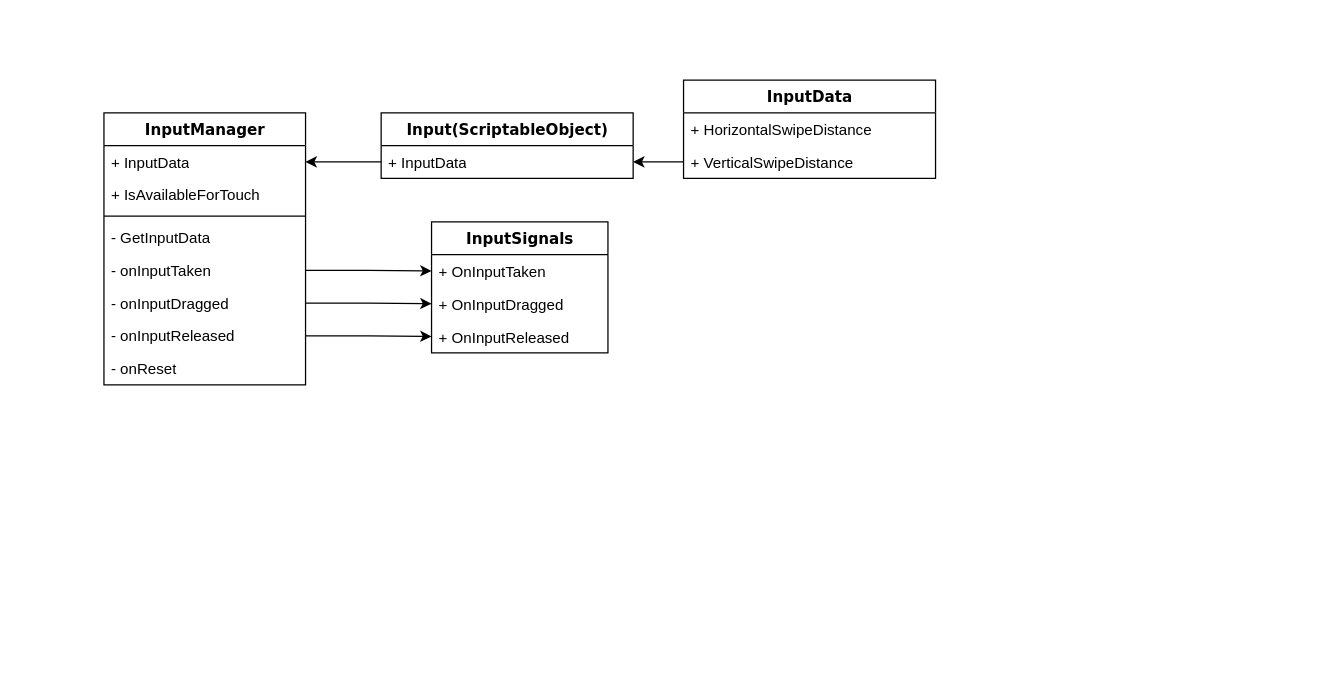
Above: AgaveMatch3.drawio in dilerb/AgaveMatch3 (draw.io), before the change. Source tidied: cells renumbered, new cells numbered last; positions are measured from the earlier drawing's top-left corner, leaving out a move shared by most shapes. Both pictures are drawn from the tidied source at 126%, with x=0, y=0 at pixel (103, 79).
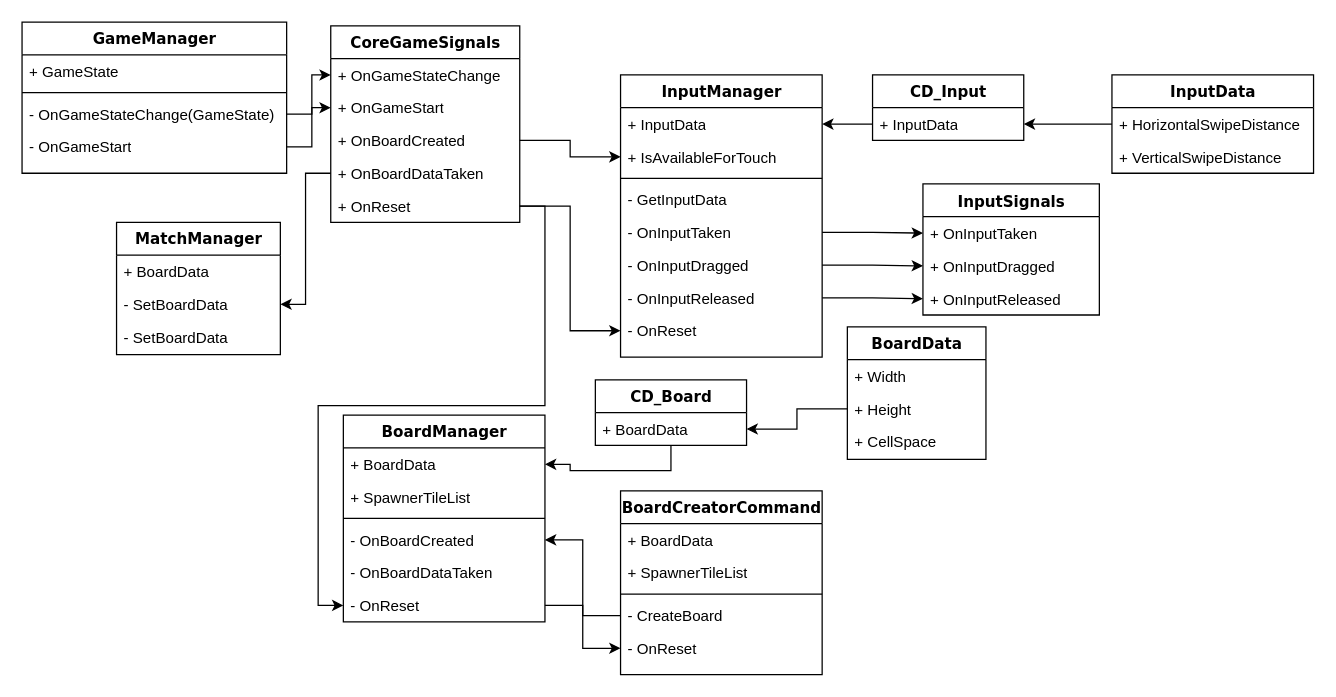
The same page after the edit.

Unchanged cells that the change refers to:
```xml
<mxCell id="4" value="+ IsAvailableForTouch" style="text;html=1;strokeColor=none;fillColor=none;align=left;verticalAlign=top;spacingLeft=4;spacingRight=4;whiteSpace=wrap;overflow=hidden;points=[[0,0.5],[1,0.5]];portConstraint=eastwest;" parent="2" vertex="1">
  <mxGeometry y="52" width="160" height="26" as="geometry" />
</mxCell>
```

Change to the diagram source:
```diff
@@
     <mxCell id="2" value="InputManager" style="swimlane;html=1;fontStyle=1;align=center;verticalAlign=top;horizontal=1;startSize=26;swimlaneFillColor=#ffffff;rounded=0;shadow=0;comic=0;labelBackgroundColor=none;strokeWidth=1;fillColor=none;fontFamily=Verdana;fontSize=12;" parent="1" vertex="1">
-      <mxGeometry y="26" width="160" height="216" as="geometry" />
+      <mxGeometry x="410" y="-4" width="160" height="224" as="geometry" />
     </mxCell>
@@
-    <mxCell id="7" value="- onInputTaken" style="text;html=1;strokeColor=none;fillColor=none;align=left;verticalAlign=top;spacingLeft=4;spacingRight=4;whiteSpace=wrap;overflow=hidden;points=[[0,0.5],[1,0.5]];portConstraint=eastwest;" parent="2" vertex="1">
+    <mxCell id="7" value="- OnInputTaken" style="text;html=1;strokeColor=none;fillColor=none;align=left;verticalAlign=top;spacingLeft=4;spacingRight=4;whiteSpace=wrap;overflow=hidden;points=[[0,0.5],[1,0.5]];portConstraint=eastwest;" parent="2" vertex="1">
       <mxGeometry y="112" width="160" height="26" as="geometry" />
     </mxCell>
-    <mxCell id="8" value="- onInputDragged" style="text;html=1;strokeColor=none;fillColor=none;align=left;verticalAlign=top;spacingLeft=4;spacingRight=4;whiteSpace=wrap;overflow=hidden;points=[[0,0.5],[1,0.5]];portConstraint=eastwest;" parent="2" vertex="1">
+    <mxCell id="8" value="- OnInputDragged" style="text;html=1;strokeColor=none;fillColor=none;align=left;verticalAlign=top;spacingLeft=4;spacingRight=4;whiteSpace=wrap;overflow=hidden;points=[[0,0.5],[1,0.5]];portConstraint=eastwest;" parent="2" vertex="1">
       <mxGeometry y="138" width="160" height="26" as="geometry" />
     </mxCell>
-    <mxCell id="9" value="- onInputReleased" style="text;html=1;strokeColor=none;fillColor=none;align=left;verticalAlign=top;spacingLeft=4;spacingRight=4;whiteSpace=wrap;overflow=hidden;points=[[0,0.5],[1,0.5]];portConstraint=eastwest;" parent="2" vertex="1">
+    <mxCell id="9" value="- OnInputReleased" style="text;html=1;strokeColor=none;fillColor=none;align=left;verticalAlign=top;spacingLeft=4;spacingRight=4;whiteSpace=wrap;overflow=hidden;points=[[0,0.5],[1,0.5]];portConstraint=eastwest;" parent="2" vertex="1">
       <mxGeometry y="164" width="160" height="26" as="geometry" />
     </mxCell>
-    <mxCell id="10" value="- onReset" style="text;html=1;strokeColor=none;fillColor=none;align=left;verticalAlign=top;spacingLeft=4;spacingRight=4;whiteSpace=wrap;overflow=hidden;points=[[0,0.5],[1,0.5]];portConstraint=eastwest;" parent="2" vertex="1">
+    <mxCell id="10" value="- OnReset" style="text;html=1;strokeColor=none;fillColor=none;align=left;verticalAlign=top;spacingLeft=4;spacingRight=4;whiteSpace=wrap;overflow=hidden;points=[[0,0.5],[1,0.5]];portConstraint=eastwest;" parent="2" vertex="1">
       <mxGeometry y="190" width="160" height="26" as="geometry" />
     </mxCell>
     <mxCell id="11" value="InputSignals" style="swimlane;html=1;fontStyle=1;align=center;verticalAlign=top;horizontal=1;startSize=26;swimlaneFillColor=#ffffff;rounded=0;shadow=0;comic=0;labelBackgroundColor=none;strokeWidth=1;fillColor=none;fontFamily=Verdana;fontSize=12;" parent="1" vertex="1">
-      <mxGeometry x="260" y="112.5" width="140" height="104" as="geometry" />
+      <mxGeometry x="650" y="82.5" width="140" height="104" as="geometry" />
     </mxCell>
@@
-    <mxCell id="18" value="Input(ScriptableObject)" style="swimlane;html=1;fontStyle=1;align=center;verticalAlign=top;horizontal=1;startSize=26;swimlaneFillColor=#ffffff;rounded=0;shadow=0;comic=0;labelBackgroundColor=none;strokeWidth=1;fillColor=none;fontFamily=Verdana;fontSize=12;" parent="1" vertex="1">
-      <mxGeometry x="220" y="26" width="200" height="52" as="geometry" />
+    <mxCell id="18" value="CD_Input" style="swimlane;html=1;fontStyle=1;align=center;verticalAlign=top;horizontal=1;startSize=26;swimlaneFillColor=#ffffff;rounded=0;shadow=0;comic=0;labelBackgroundColor=none;strokeWidth=1;fillColor=none;fontFamily=Verdana;fontSize=12;" parent="1" vertex="1">
+      <mxGeometry x="610" y="-4" width="120" height="52" as="geometry" />
     </mxCell>
     <mxCell id="19" value="+ InputData" style="text;html=1;strokeColor=none;fillColor=none;align=left;verticalAlign=top;spacingLeft=4;spacingRight=4;whiteSpace=wrap;overflow=hidden;points=[[0,0.5],[1,0.5]];portConstraint=eastwest;" parent="18" vertex="1">
-      <mxGeometry y="26" width="200" height="26" as="geometry" />
+      <mxGeometry y="26" width="120" height="26" as="geometry" />
     </mxCell>
     <mxCell id="20" value="InputData" style="swimlane;html=1;fontStyle=1;align=center;verticalAlign=top;horizontal=1;startSize=26;swimlaneFillColor=#ffffff;rounded=0;shadow=0;comic=0;labelBackgroundColor=none;strokeWidth=1;fillColor=none;fontFamily=Verdana;fontSize=12;" parent="1" vertex="1">
-      <mxGeometry x="460" width="200" height="78" as="geometry" />
+      <mxGeometry x="800" y="-4" width="160" height="78" as="geometry" />
     </mxCell>
     <mxCell id="21" value="+ HorizontalSwipeDistance" style="text;html=1;strokeColor=none;fillColor=none;align=left;verticalAlign=top;spacingLeft=4;spacingRight=4;whiteSpace=wrap;overflow=hidden;points=[[0,0.5],[1,0.5]];portConstraint=eastwest;" parent="20" vertex="1">
-      <mxGeometry y="26" width="200" height="26" as="geometry" />
+      <mxGeometry y="26" width="160" height="26" as="geometry" />
     </mxCell>
     <mxCell id="22" value="+ VerticalSwipeDistance" style="text;html=1;strokeColor=none;fillColor=none;align=left;verticalAlign=top;spacingLeft=4;spacingRight=4;whiteSpace=wrap;overflow=hidden;points=[[0,0.5],[1,0.5]];portConstraint=eastwest;" parent="20" vertex="1">
-      <mxGeometry y="52" width="200" height="26" as="geometry" />
+      <mxGeometry y="52" width="160" height="26" as="geometry" />
     </mxCell>
@@
-    <mxCell id="24" style="edgeStyle=orthogonalEdgeStyle;rounded=0;jettySize=auto;html=1;exitX=0;exitY=0.5;exitDx=0;exitDy=0;entryX=1;entryY=0.5;entryDx=0;entryDy=0;" parent="1" edge="1" source="22" target="19">
-      <mxGeometry relative="1" as="geometry" />
-    </mxCell>
+    <mxCell id="25" style="edgeStyle=orthogonalEdgeStyle;rounded=0;jettySize=auto;html=1;entryX=1;entryY=0.5;entryDx=0;entryDy=0;" parent="1" edge="1" source="21" target="19">
+      <mxGeometry relative="1" as="geometry" />
+    </mxCell>
+    <mxCell id="26" value="BoardCreatorCommand" style="swimlane;html=1;fontStyle=1;align=center;verticalAlign=top;horizontal=1;startSize=26;swimlaneFillColor=#ffffff;rounded=0;shadow=0;comic=0;labelBackgroundColor=none;strokeWidth=1;fillColor=none;fontFamily=Verdana;fontSize=12;" parent="1" vertex="1">
+      <mxGeometry x="410" y="326" width="160" height="146" as="geometry" />
+    </mxCell>
+    <mxCell id="27" value="+ BoardData" style="text;html=1;strokeColor=none;fillColor=none;align=left;verticalAlign=top;spacingLeft=4;spacingRight=4;whiteSpace=wrap;overflow=hidden;" parent="26" vertex="1">
+      <mxGeometry y="26" width="160" height="26" as="geometry" />
+    </mxCell>
+    <mxCell id="28" value="+ SpawnerTileList" style="text;html=1;strokeColor=none;fillColor=none;align=left;verticalAlign=top;spacingLeft=4;spacingRight=4;whiteSpace=wrap;overflow=hidden;" parent="26" vertex="1">
+      <mxGeometry y="52" width="160" height="26" as="geometry" />
+    </mxCell>
+    <mxCell id="29" style="line;html=1;strokeWidth=1;fillColor=none;align=left;verticalAlign=middle;spacingTop=-1;spacingLeft=3;spacingRight=3;labelPosition=right;" parent="26" vertex="1">
+      <mxGeometry y="78" width="160" height="8" as="geometry" />
+    </mxCell>
+    <mxCell id="30" value="- CreateBoard" style="text;html=1;strokeColor=none;fillColor=none;align=left;verticalAlign=top;spacingLeft=4;spacingRight=4;whiteSpace=wrap;overflow=hidden;points=[[0,0.5],[1,0.5]];portConstraint=eastwest;" parent="26" vertex="1">
+      <mxGeometry y="86" width="160" height="26" as="geometry" />
+    </mxCell>
+    <mxCell id="31" value="- OnReset" style="text;html=1;strokeColor=none;fillColor=none;align=left;verticalAlign=top;spacingLeft=4;spacingRight=4;whiteSpace=wrap;overflow=hidden;points=[[0,0.5],[1,0.5]];portConstraint=eastwest;" parent="26" vertex="1">
+      <mxGeometry y="112" width="160" height="26" as="geometry" />
+    </mxCell>
+    <mxCell id="32" style="edgeStyle=orthogonalEdgeStyle;rounded=0;jettySize=auto;html=1;" parent="1" edge="1" source="33" target="55">
+      <mxGeometry relative="1" as="geometry" />
+    </mxCell>
+    <mxCell id="33" value="CD_Board" style="swimlane;html=1;fontStyle=1;align=center;verticalAlign=top;horizontal=1;startSize=26;swimlaneFillColor=#ffffff;rounded=0;shadow=0;comic=0;labelBackgroundColor=none;strokeWidth=1;fillColor=none;fontFamily=Verdana;fontSize=12;" parent="1" vertex="1">
+      <mxGeometry x="390" y="238" width="120" height="52" as="geometry" />
+    </mxCell>
+    <mxCell id="34" value="+ BoardData" style="text;html=1;strokeColor=none;fillColor=none;align=left;verticalAlign=top;spacingLeft=4;spacingRight=4;whiteSpace=wrap;overflow=hidden;points=[[0,0.5],[1,0.5]];portConstraint=eastwest;" parent="33" vertex="1">
+      <mxGeometry y="26" width="120" height="26" as="geometry" />
+    </mxCell>
+    <mxCell id="35" value="BoardData" style="swimlane;html=1;fontStyle=1;align=center;verticalAlign=top;horizontal=1;startSize=26;swimlaneFillColor=#ffffff;rounded=0;shadow=0;comic=0;labelBackgroundColor=none;strokeWidth=1;fillColor=none;fontFamily=Verdana;fontSize=12;" parent="1" vertex="1">
+      <mxGeometry x="590" y="196" width="110" height="105" as="geometry" />
+    </mxCell>
+    <mxCell id="36" value="+ Width" style="text;html=1;strokeColor=none;fillColor=none;align=left;verticalAlign=top;spacingLeft=4;spacingRight=4;whiteSpace=wrap;overflow=hidden;" parent="35" vertex="1">
+      <mxGeometry y="26" width="110" height="26" as="geometry" />
+    </mxCell>
+    <mxCell id="37" value="+ Height" style="text;html=1;strokeColor=none;fillColor=none;align=left;verticalAlign=top;spacingLeft=4;spacingRight=4;whiteSpace=wrap;overflow=hidden;points=[[0,0.5],[1,0.5]];portConstraint=eastwest;" parent="35" vertex="1">
+      <mxGeometry y="52" width="110" height="26" as="geometry" />
+    </mxCell>
+    <mxCell id="38" value="+ CellSpace" style="text;html=1;strokeColor=none;fillColor=none;align=left;verticalAlign=top;spacingLeft=4;spacingRight=4;whiteSpace=wrap;overflow=hidden;" parent="35" vertex="1">
+      <mxGeometry y="78" width="110" height="26" as="geometry" />
+    </mxCell>
+    <mxCell id="39" style="edgeStyle=orthogonalEdgeStyle;rounded=0;jettySize=auto;html=1;" parent="1" edge="1" source="37" target="34">
+      <mxGeometry relative="1" as="geometry" />
+    </mxCell>
+    <mxCell id="40" value="GameManager" style="swimlane;html=1;fontStyle=1;align=center;verticalAlign=top;horizontal=1;startSize=26;swimlaneFillColor=#ffffff;rounded=0;shadow=0;comic=0;labelBackgroundColor=none;strokeWidth=1;fillColor=none;fontFamily=Verdana;fontSize=12;" parent="1" vertex="1">
+      <mxGeometry x="-65" y="-46" width="210" height="120" as="geometry" />
+    </mxCell>
+    <mxCell id="41" value="+ GameState" style="text;html=1;strokeColor=none;fillColor=none;align=left;verticalAlign=top;spacingLeft=4;spacingRight=4;whiteSpace=wrap;overflow=hidden;" parent="40" vertex="1">
+      <mxGeometry y="26" width="210" height="26" as="geometry" />
+    </mxCell>
+    <mxCell id="42" style="line;html=1;strokeWidth=1;fillColor=none;align=left;verticalAlign=middle;spacingTop=-1;spacingLeft=3;spacingRight=3;labelPosition=right;" parent="40" vertex="1">
+      <mxGeometry y="52" width="210" height="8" as="geometry" />
+    </mxCell>
+    <mxCell id="43" value="- OnGameStateChange(GameState)" style="text;html=1;strokeColor=none;fillColor=none;align=left;verticalAlign=top;spacingLeft=4;spacingRight=4;whiteSpace=wrap;overflow=hidden;points=[[0,0.5],[1,0.5]];portConstraint=eastwest;" parent="40" vertex="1">
+      <mxGeometry y="60" width="210" height="26" as="geometry" />
+    </mxCell>
+    <mxCell id="44" value="- OnGameStart" style="text;html=1;strokeColor=none;fillColor=none;align=left;verticalAlign=top;spacingLeft=4;spacingRight=4;whiteSpace=wrap;overflow=hidden;points=[[0,0.5],[1,0.5]];portConstraint=eastwest;" parent="40" vertex="1">
+      <mxGeometry y="86" width="210" height="26" as="geometry" />
+    </mxCell>
+    <mxCell id="45" value="CoreGameSignals" style="swimlane;html=1;fontStyle=1;align=center;verticalAlign=top;horizontal=1;startSize=26;swimlaneFillColor=#ffffff;rounded=0;shadow=0;comic=0;labelBackgroundColor=none;strokeWidth=1;fillColor=none;fontFamily=Verdana;fontSize=12;" parent="1" vertex="1">
+      <mxGeometry x="180" y="-43" width="150" height="156" as="geometry" />
+    </mxCell>
+    <mxCell id="46" value="+ OnGameStateChange" style="text;html=1;strokeColor=none;fillColor=none;align=left;verticalAlign=top;spacingLeft=4;spacingRight=4;whiteSpace=wrap;overflow=hidden;points=[[0,0.5],[1,0.5]];portConstraint=eastwest;" parent="45" vertex="1">
+      <mxGeometry y="26" width="150" height="26" as="geometry" />
+    </mxCell>
+    <mxCell id="47" value="+ OnGameStart" style="text;html=1;strokeColor=none;fillColor=none;align=left;verticalAlign=top;spacingLeft=4;spacingRight=4;whiteSpace=wrap;overflow=hidden;points=[[0,0.5],[1,0.5]];portConstraint=eastwest;" parent="45" vertex="1">
+      <mxGeometry y="52" width="150" height="26" as="geometry" />
+    </mxCell>
+    <mxCell id="48" value="+ OnBoardCreated" style="text;html=1;strokeColor=none;fillColor=none;align=left;verticalAlign=top;spacingLeft=4;spacingRight=4;whiteSpace=wrap;overflow=hidden;points=[[0,0.5],[1,0.5]];portConstraint=eastwest;" parent="45" vertex="1">
+      <mxGeometry y="78" width="150" height="26" as="geometry" />
+    </mxCell>
+    <mxCell id="49" value="+ OnBoardDataTaken" style="text;html=1;strokeColor=none;fillColor=none;align=left;verticalAlign=top;spacingLeft=4;spacingRight=4;whiteSpace=wrap;overflow=hidden;points=[[0,0.5],[1,0.5]];portConstraint=eastwest;" parent="45" vertex="1">
+      <mxGeometry y="104" width="150" height="26" as="geometry" />
+    </mxCell>
+    <mxCell id="50" value="+ OnReset" style="text;html=1;strokeColor=none;fillColor=none;align=left;verticalAlign=top;spacingLeft=4;spacingRight=4;whiteSpace=wrap;overflow=hidden;points=[[0,0.5],[1,0.5]];portConstraint=eastwest;" parent="45" vertex="1">
+      <mxGeometry y="130" width="150" height="26" as="geometry" />
+    </mxCell>
+    <mxCell id="51" style="edgeStyle=orthogonalEdgeStyle;rounded=0;jettySize=auto;html=1;" parent="1" edge="1" source="50" target="10">
+      <mxGeometry relative="1" as="geometry" />
+    </mxCell>
+    <mxCell id="52" style="edgeStyle=orthogonalEdgeStyle;rounded=0;jettySize=auto;html=1;" parent="1" edge="1" source="43" target="46">
+      <mxGeometry relative="1" as="geometry" />
+    </mxCell>
+    <mxCell id="53" style="edgeStyle=orthogonalEdgeStyle;rounded=0;jettySize=auto;html=1;" parent="1" edge="1" source="44" target="47">
+      <mxGeometry relative="1" as="geometry" />
+    </mxCell>
+    <mxCell id="54" value="BoardManager" style="swimlane;html=1;fontStyle=1;align=center;verticalAlign=top;horizontal=1;startSize=26;swimlaneFillColor=#ffffff;rounded=0;shadow=0;comic=0;labelBackgroundColor=none;strokeWidth=1;fillColor=none;fontFamily=Verdana;fontSize=12;" parent="1" vertex="1">
+      <mxGeometry x="190" y="266" width="160" height="164" as="geometry" />
+    </mxCell>
+    <mxCell id="55" value="+ BoardData" style="text;html=1;strokeColor=none;fillColor=none;align=left;verticalAlign=top;spacingLeft=4;spacingRight=4;whiteSpace=wrap;overflow=hidden;points=[[0,0.5],[1,0.5]];portConstraint=eastwest;" parent="54" vertex="1">
+      <mxGeometry y="26" width="160" height="26" as="geometry" />
+    </mxCell>
+    <mxCell id="56" value="+ SpawnerTileList" style="text;html=1;strokeColor=none;fillColor=none;align=left;verticalAlign=top;spacingLeft=4;spacingRight=4;whiteSpace=wrap;overflow=hidden;" parent="54" vertex="1">
+      <mxGeometry y="52" width="160" height="26" as="geometry" />
+    </mxCell>
+    <mxCell id="57" style="line;html=1;strokeWidth=1;fillColor=none;align=left;verticalAlign=middle;spacingTop=-1;spacingLeft=3;spacingRight=3;labelPosition=right;" parent="54" vertex="1">
+      <mxGeometry y="78" width="160" height="8" as="geometry" />
+    </mxCell>
+    <mxCell id="58" value="- OnBoardCreated" style="text;html=1;strokeColor=none;fillColor=none;align=left;verticalAlign=top;spacingLeft=4;spacingRight=4;whiteSpace=wrap;overflow=hidden;points=[[0,0.5],[1,0.5]];portConstraint=eastwest;" parent="54" vertex="1">
+      <mxGeometry y="86" width="160" height="26" as="geometry" />
+    </mxCell>
+    <mxCell id="59" value="- OnBoardDataTaken" style="text;html=1;strokeColor=none;fillColor=none;align=left;verticalAlign=top;spacingLeft=4;spacingRight=4;whiteSpace=wrap;overflow=hidden;" parent="54" vertex="1">
+      <mxGeometry y="112" width="160" height="26" as="geometry" />
+    </mxCell>
+    <mxCell id="60" value="- OnReset" style="text;html=1;strokeColor=none;fillColor=none;align=left;verticalAlign=top;spacingLeft=4;spacingRight=4;whiteSpace=wrap;overflow=hidden;points=[[0,0.5],[1,0.5]];portConstraint=eastwest;" parent="54" vertex="1">
+      <mxGeometry y="138" width="160" height="26" as="geometry" />
+    </mxCell>
+    <mxCell id="61" style="edgeStyle=orthogonalEdgeStyle;rounded=0;jettySize=auto;html=1;" parent="1" edge="1" source="30" target="58">
+      <mxGeometry relative="1" as="geometry" />
+    </mxCell>
+    <mxCell id="62" style="edgeStyle=orthogonalEdgeStyle;rounded=0;jettySize=auto;html=1;" parent="1" edge="1" source="60" target="31">
+      <mxGeometry relative="1" as="geometry" />
+    </mxCell>
+    <mxCell id="63" value="MatchManager" style="swimlane;html=1;fontStyle=1;align=center;verticalAlign=top;horizontal=1;startSize=26;swimlaneFillColor=#ffffff;rounded=0;shadow=0;comic=0;labelBackgroundColor=none;strokeWidth=1;fillColor=none;fontFamily=Verdana;fontSize=12;" parent="1" vertex="1">
+      <mxGeometry x="10" y="113" width="130" height="105" as="geometry" />
+    </mxCell>
+    <mxCell id="64" value="+ BoardData" style="text;html=1;strokeColor=none;fillColor=none;align=left;verticalAlign=top;spacingLeft=4;spacingRight=4;whiteSpace=wrap;overflow=hidden;" parent="63" vertex="1">
+      <mxGeometry y="26" width="130" height="26" as="geometry" />
+    </mxCell>
+    <mxCell id="65" value="- SetBoardData" style="text;html=1;strokeColor=none;fillColor=none;align=left;verticalAlign=top;spacingLeft=4;spacingRight=4;whiteSpace=wrap;overflow=hidden;points=[[0,0.5],[1,0.5]];portConstraint=eastwest;" parent="63" vertex="1">
+      <mxGeometry y="52" width="130" height="26" as="geometry" />
+    </mxCell>
+    <mxCell id="66" value="- SetBoardData" style="text;html=1;strokeColor=none;fillColor=none;align=left;verticalAlign=top;spacingLeft=4;spacingRight=4;whiteSpace=wrap;overflow=hidden;" parent="63" vertex="1">
+      <mxGeometry y="78" width="130" height="26" as="geometry" />
+    </mxCell>
+    <mxCell id="67" style="edgeStyle=orthogonalEdgeStyle;rounded=0;jettySize=auto;html=1;" parent="1" edge="1" source="49" target="65">
+      <mxGeometry relative="1" as="geometry" />
+    </mxCell>
+    <mxCell id="68" style="edgeStyle=orthogonalEdgeStyle;rounded=0;jettySize=auto;html=1;entryX=0;entryY=0.5;entryDx=0;entryDy=0;" parent="1" edge="1" source="50" target="60">
+      <mxGeometry relative="1" as="geometry" />
+    </mxCell>
+    <mxCell id="69" style="edgeStyle=orthogonalEdgeStyle;rounded=0;jettySize=auto;html=1;" parent="1" edge="1" source="48" target="4">
+      <mxGeometry relative="1" as="geometry" />
+    </mxCell>
```
